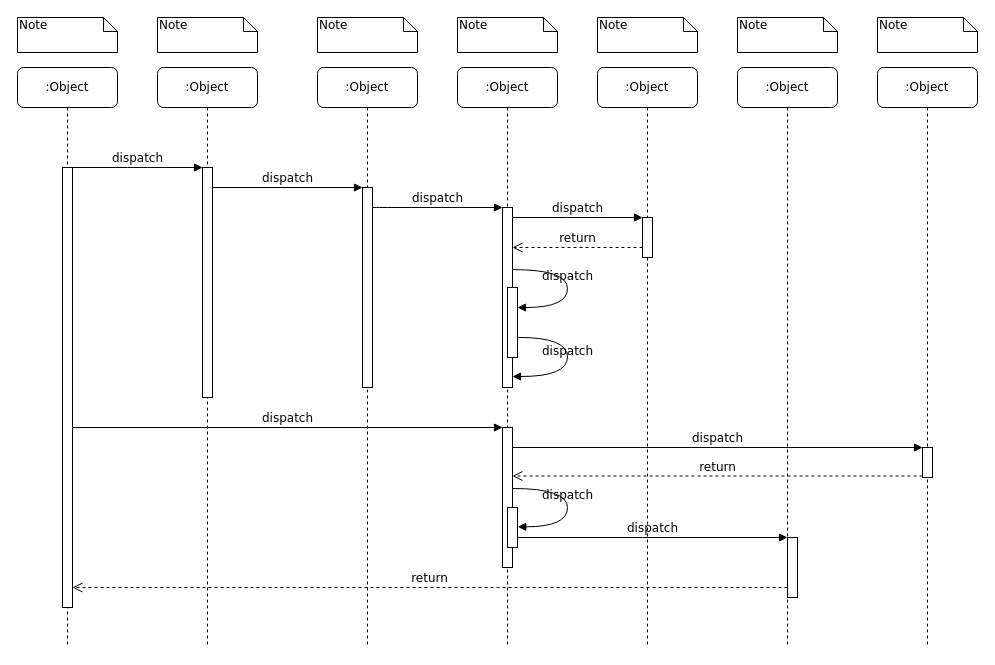
snake9906/GitHubTest keeps this draw.io diagram as 建模过程.drawio. Above is the earlier version. Source tidied: cells renumbered, new cells numbered last; positions are measured from the earlier drawing's top-left corner, leaving out a move shared by most shapes. Both pictures are drawn from the tidied source at 100%, with x=0, y=0 at pixel (17, 17).
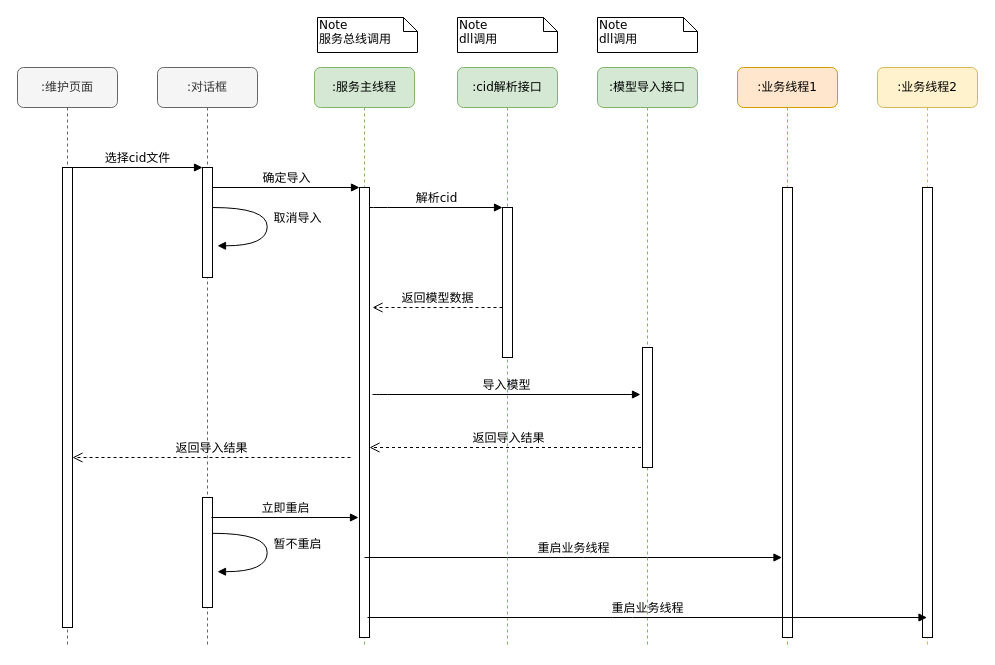
After the change.

Commit message:
更新建模过程.drawio

What changed in the source:
```diff
@@
-    <mxCell id="2" value=":Object" style="shape=umlLifeline;perimeter=lifelinePerimeter;whiteSpace=wrap;html=1;rounded=1;shadow=0;comic=0;labelBackgroundColor=none;strokeWidth=1;fontFamily=Verdana;fontSize=12;align=center;" parent="1" vertex="1">
+    <mxCell id="2" value=":对话框" style="shape=umlLifeline;perimeter=lifelinePerimeter;whiteSpace=wrap;html=1;rounded=1;shadow=0;comic=0;labelBackgroundColor=none;strokeWidth=1;fontFamily=Verdana;fontSize=12;align=center;fillColor=#f5f5f5;fontColor=#333333;strokeColor=#666666;" parent="1" vertex="1">
       <mxGeometry x="140" y="50" width="100" height="580" as="geometry" />
     </mxCell>
     <mxCell id="3" style="html=1;points=[];perimeter=orthogonalPerimeter;rounded=0;shadow=0;comic=0;labelBackgroundColor=none;strokeWidth=1;fontFamily=Verdana;fontSize=12;align=center;" parent="2" vertex="1">
-      <mxGeometry x="45" y="100" width="10" height="230" as="geometry" />
+      <mxGeometry x="45" y="100" width="10" height="110" as="geometry" />
     </mxCell>
+    <mxCell id="39" value="取消导入" style="html=1;verticalAlign=bottom;endArrow=block;labelBackgroundColor=none;fontFamily=Verdana;fontSize=12;elbow=vertical;edgeStyle=orthogonalEdgeStyle;curved=1;entryX=1;entryY=0.286;entryPerimeter=0;exitX=1.038;exitY=0.345;exitPerimeter=0;" parent="2" edge="1">
+      <mxGeometry x="0.05" y="30" relative="1" as="geometry">
+        <mxPoint x="55" y="140" as="sourcePoint" />
+        <mxPoint x="60" y="178.3" as="targetPoint" />
+        <Array as="points">
+          <mxPoint x="109.7" y="140" />
+          <mxPoint x="109.7" y="178" />
+        </Array>
+      </mxGeometry>
+    </mxCell>
+    <mxCell id="40" style="html=1;perimeter=orthogonalPerimeter;rounded=0;shadow=0;comic=0;labelBackgroundColor=none;strokeWidth=1;fontFamily=Verdana;fontSize=12;align=center;" parent="2" vertex="1">
+      <mxGeometry x="45" y="430" width="10" height="110" as="geometry" />
+    </mxCell>
+    <mxCell id="41" value="暂不重启" style="html=1;verticalAlign=bottom;endArrow=block;labelBackgroundColor=none;fontFamily=Verdana;fontSize=12;elbow=vertical;edgeStyle=orthogonalEdgeStyle;curved=1;entryX=1;entryY=0.286;entryPerimeter=0;exitX=1.038;exitY=0.345;exitPerimeter=0;" parent="2" edge="1">
+      <mxGeometry x="0.05" y="30" relative="1" as="geometry">
+        <mxPoint x="55" y="465.8" as="sourcePoint" />
+        <mxPoint x="60" y="504.2" as="targetPoint" />
+        <Array as="points">
+          <mxPoint x="109.7" y="465.8" />
+          <mxPoint x="109.7" y="503.8" />
+        </Array>
+      </mxGeometry>
+    </mxCell>
-    <mxCell id="4" value=":Object" style="shape=umlLifeline;perimeter=lifelinePerimeter;whiteSpace=wrap;html=1;rounded=1;shadow=0;comic=0;labelBackgroundColor=none;strokeWidth=1;fontFamily=Verdana;fontSize=12;align=center;" parent="1" vertex="1">
-      <mxGeometry x="300" y="50" width="100" height="580" as="geometry" />
+    <mxCell id="4" value=":服务主线程" style="shape=umlLifeline;perimeter=lifelinePerimeter;whiteSpace=wrap;html=1;rounded=1;shadow=0;comic=0;labelBackgroundColor=none;strokeWidth=1;fontFamily=Verdana;fontSize=12;align=center;fillColor=#d5e8d4;strokeColor=#82b366;" parent="1" vertex="1">
+      <mxGeometry x="297" y="50" width="100" height="580" as="geometry" />
     </mxCell>
     <mxCell id="5" style="html=1;points=[];perimeter=orthogonalPerimeter;rounded=0;shadow=0;comic=0;labelBackgroundColor=none;strokeWidth=1;fontFamily=Verdana;fontSize=12;align=center;" parent="4" vertex="1">
-      <mxGeometry x="45" y="120" width="10" height="200" as="geometry" />
+      <mxGeometry x="45" y="120" width="10" height="450" as="geometry" />
     </mxCell>
+    <mxCell id="42" value="导入模型" style="html=1;verticalAlign=bottom;endArrow=block;labelBackgroundColor=none;fontFamily=Verdana;fontSize=12;edgeStyle=elbowEdgeStyle;elbow=vertical;" parent="4" edge="1">
+      <mxGeometry relative="1" as="geometry">
+        <mxPoint x="58" y="327" as="sourcePoint" />
+        <mxPoint x="326" y="327" as="targetPoint" />
+        <Array as="points">
+          <mxPoint x="63" y="327" />
+        </Array>
+      </mxGeometry>
+    </mxCell>
+    <mxCell id="43" value="返回导入结果" style="html=1;verticalAlign=bottom;endArrow=open;dashed=1;endSize=8;labelBackgroundColor=none;fontFamily=Verdana;fontSize=12;edgeStyle=elbowEdgeStyle;elbow=horizontal;" parent="4" edge="1" source="7">
+      <mxGeometry relative="1" as="geometry">
+        <mxPoint x="55" y="380" as="targetPoint" />
+        <Array as="points">
+          <mxPoint x="130" y="380" />
+          <mxPoint x="160" y="380" />
+        </Array>
+      </mxGeometry>
+    </mxCell>
+    <mxCell id="44" value="重启业务线程" style="html=1;verticalAlign=bottom;endArrow=block;labelBackgroundColor=none;fontFamily=Verdana;fontSize=12;edgeStyle=elbowEdgeStyle;elbow=vertical;" parent="4" edge="1">
+      <mxGeometry relative="1" as="geometry">
+        <mxPoint x="50" y="490" as="sourcePoint" />
+        <mxPoint x="467.5" y="490" as="targetPoint" />
+      </mxGeometry>
+    </mxCell>
-    <mxCell id="6" value=":Object" style="shape=umlLifeline;perimeter=lifelinePerimeter;whiteSpace=wrap;html=1;rounded=1;shadow=0;comic=0;labelBackgroundColor=none;strokeWidth=1;fontFamily=Verdana;fontSize=12;align=center;" parent="1" vertex="1">
+    <mxCell id="6" value=":cid解析接口" style="shape=umlLifeline;perimeter=lifelinePerimeter;whiteSpace=wrap;html=1;rounded=1;shadow=0;comic=0;labelBackgroundColor=none;strokeWidth=1;fontFamily=Verdana;fontSize=12;align=center;fillColor=#d5e8d4;strokeColor=#82b366;" parent="1" vertex="1">
       <mxGeometry x="440" y="50" width="100" height="580" as="geometry" />
     </mxCell>
+    <mxCell id="45" value="返回模型数据" style="html=1;verticalAlign=bottom;endArrow=open;dashed=1;endSize=8;labelBackgroundColor=none;fontFamily=Verdana;fontSize=12;edgeStyle=elbowEdgeStyle;elbow=horizontal;" parent="6" edge="1">
+      <mxGeometry relative="1" as="geometry">
+        <mxPoint x="45" y="240" as="sourcePoint" />
+        <mxPoint x="-85" y="240" as="targetPoint" />
+        <Array as="points">
+          <mxPoint x="-10" y="240" />
+          <mxPoint x="20" y="240" />
+        </Array>
+      </mxGeometry>
+    </mxCell>
-    <mxCell id="7" value=":Object" style="shape=umlLifeline;perimeter=lifelinePerimeter;whiteSpace=wrap;html=1;outlineConnect=0;rounded=1;shadow=0;comic=0;labelBackgroundColor=none;strokeWidth=1;fontFamily=Verdana;fontSize=12;align=center;" parent="1" vertex="1">
+    <mxCell id="7" value=":模型导入接口" style="shape=umlLifeline;perimeter=lifelinePerimeter;whiteSpace=wrap;html=1;outlineConnect=0;rounded=1;shadow=0;comic=0;labelBackgroundColor=none;strokeWidth=1;fontFamily=Verdana;fontSize=12;align=center;fillColor=#d5e8d4;strokeColor=#82b366;" parent="1" vertex="1">
       <mxGeometry x="580" y="50" width="100" height="580" as="geometry" />
     </mxCell>
-    <mxCell id="8" value=":Object" style="shape=umlLifeline;perimeter=lifelinePerimeter;whiteSpace=wrap;html=1;rounded=1;shadow=0;comic=0;labelBackgroundColor=none;strokeWidth=1;fontFamily=Verdana;fontSize=12;align=center;" parent="1" vertex="1">
+    <mxCell id="8" value=":业务线程1" style="shape=umlLifeline;perimeter=lifelinePerimeter;whiteSpace=wrap;html=1;rounded=1;shadow=0;comic=0;labelBackgroundColor=none;strokeWidth=1;fontFamily=Verdana;fontSize=12;align=center;fillColor=#ffe6cc;strokeColor=#d79b00;" parent="1" vertex="1">
       <mxGeometry x="720" y="50" width="100" height="580" as="geometry" />
     </mxCell>
+    <mxCell id="46" style="html=1;perimeter=orthogonalPerimeter;rounded=0;shadow=0;comic=0;labelBackgroundColor=none;strokeWidth=1;fontFamily=Verdana;fontSize=12;align=center;" parent="8" vertex="1">
+      <mxGeometry x="45" y="120" width="10" height="450" as="geometry" />
+    </mxCell>
-    <mxCell id="9" value=":Object" style="shape=umlLifeline;perimeter=lifelinePerimeter;whiteSpace=wrap;html=1;outlineConnect=0;rounded=1;shadow=0;comic=0;labelBackgroundColor=none;strokeWidth=1;fontFamily=Verdana;fontSize=12;align=center;" parent="1" vertex="1">
+    <mxCell id="9" value=":业务线程2" style="shape=umlLifeline;perimeter=lifelinePerimeter;whiteSpace=wrap;html=1;outlineConnect=0;rounded=1;shadow=0;comic=0;labelBackgroundColor=none;strokeWidth=1;fontFamily=Verdana;fontSize=12;align=center;fillColor=#fff2cc;strokeColor=#d6b656;" parent="1" vertex="1">
       <mxGeometry x="860" y="50" width="100" height="580" as="geometry" />
     </mxCell>
+    <mxCell id="47" style="html=1;perimeter=orthogonalPerimeter;rounded=0;shadow=0;comic=0;labelBackgroundColor=none;strokeWidth=1;fontFamily=Verdana;fontSize=12;align=center;" parent="9" vertex="1">
+      <mxGeometry x="45" y="120" width="10" height="450" as="geometry" />
+    </mxCell>
-    <mxCell id="10" value=":Object" style="shape=umlLifeline;perimeter=lifelinePerimeter;whiteSpace=wrap;html=1;rounded=1;shadow=0;comic=0;labelBackgroundColor=none;strokeWidth=1;fontFamily=Verdana;fontSize=12;align=center;" parent="1" vertex="1">
+    <mxCell id="10" value=":维护页面" style="shape=umlLifeline;perimeter=lifelinePerimeter;whiteSpace=wrap;html=1;rounded=1;shadow=0;comic=0;labelBackgroundColor=none;strokeWidth=1;fontFamily=Verdana;fontSize=12;align=center;fillColor=#f5f5f5;fontColor=#333333;strokeColor=#666666;" parent="1" vertex="1">
       <mxGeometry y="50" width="100" height="580" as="geometry" />
     </mxCell>
     <mxCell id="11" style="html=1;points=[];perimeter=orthogonalPerimeter;rounded=0;shadow=0;comic=0;labelBackgroundColor=none;strokeWidth=1;fontFamily=Verdana;fontSize=12;align=center;" parent="10" vertex="1">
-      <mxGeometry x="45" y="100" width="10" height="440" as="geometry" />
+      <mxGeometry x="45" y="100" width="10" height="460" as="geometry" />
     </mxCell>
     <mxCell id="12" style="html=1;points=[];perimeter=orthogonalPerimeter;rounded=0;shadow=0;comic=0;labelBackgroundColor=none;strokeWidth=1;fontFamily=Verdana;fontSize=12;align=center;" parent="1" vertex="1">
-      <mxGeometry x="485" y="190" width="10" height="180" as="geometry" />
+      <mxGeometry x="485" y="190" width="10" height="150" as="geometry" />
     </mxCell>
-    <mxCell id="13" value="dispatch" style="html=1;verticalAlign=bottom;endArrow=block;labelBackgroundColor=none;fontFamily=Verdana;fontSize=12;edgeStyle=elbowEdgeStyle;elbow=vertical;" parent="1" edge="1" source="5" target="12">
+    <mxCell id="13" value="解析cid" style="html=1;verticalAlign=bottom;endArrow=block;labelBackgroundColor=none;fontFamily=Verdana;fontSize=12;edgeStyle=elbowEdgeStyle;elbow=vertical;" parent="1" edge="1" source="5" target="12">
       <mxGeometry relative="1" as="geometry">
         <Array as="points">
           <mxPoint x="360" y="190" />
         </Array>
       </mxGeometry>
     </mxCell>
     <mxCell id="14" style="html=1;points=[];perimeter=orthogonalPerimeter;rounded=0;shadow=0;comic=0;labelBackgroundColor=none;strokeWidth=1;fontFamily=Verdana;fontSize=12;align=center;" parent="1" vertex="1">
-      <mxGeometry x="625" y="200" width="10" height="40" as="geometry" />
+      <mxGeometry x="625" y="330" width="10" height="120" as="geometry" />
     </mxCell>
-    <mxCell id="15" value="dispatch" style="html=1;verticalAlign=bottom;endArrow=block;entryX=0;entryY=0;labelBackgroundColor=none;fontFamily=Verdana;fontSize=12;edgeStyle=elbowEdgeStyle;elbow=vertical;" parent="1" edge="1" source="12" target="14">
-      <mxGeometry relative="1" as="geometry" />
-    </mxCell>
-    <mxCell id="16" value="return" style="html=1;verticalAlign=bottom;endArrow=open;dashed=1;endSize=8;labelBackgroundColor=none;fontFamily=Verdana;fontSize=12;edgeStyle=elbowEdgeStyle;elbow=vertical;" parent="1" edge="1" source="14" target="12">
-      <mxGeometry relative="1" as="geometry">
-        <Array as="points">
-          <mxPoint x="570" y="230" />
-          <mxPoint x="600" y="230" />
-        </Array>
-      </mxGeometry>
-    </mxCell>
-    <mxCell id="17" style="html=1;points=[];perimeter=orthogonalPerimeter;rounded=0;shadow=0;comic=0;labelBackgroundColor=none;strokeWidth=1;fontFamily=Verdana;fontSize=12;align=center;" parent="1" vertex="1">
-      <mxGeometry x="485" y="410" width="10" height="140" as="geometry" />
-    </mxCell>
-    <mxCell id="18" value="dispatch" style="html=1;verticalAlign=bottom;endArrow=block;entryX=0;entryY=0;labelBackgroundColor=none;fontFamily=Verdana;fontSize=12;" parent="1" edge="1" source="11" target="17">
-      <mxGeometry relative="1" as="geometry" />
-    </mxCell>
-    <mxCell id="19" style="html=1;points=[];perimeter=orthogonalPerimeter;rounded=0;shadow=0;comic=0;labelBackgroundColor=none;strokeColor=#000000;strokeWidth=1;fillColor=#FFFFFF;fontFamily=Verdana;fontSize=12;fontColor=#000000;align=center;" parent="1" vertex="1">
-      <mxGeometry x="905" y="430" width="10" height="30" as="geometry" />
-    </mxCell>
-    <mxCell id="20" value="dispatch" style="html=1;verticalAlign=bottom;endArrow=block;entryX=0;entryY=0;labelBackgroundColor=none;fontFamily=Verdana;fontSize=12;" parent="1" edge="1" source="17" target="19">
-      <mxGeometry relative="1" as="geometry" />
-    </mxCell>
-    <mxCell id="21" value="return" style="html=1;verticalAlign=bottom;endArrow=open;dashed=1;endSize=8;exitX=0;exitY=0.95;labelBackgroundColor=none;fontFamily=Verdana;fontSize=12;" parent="1" edge="1" source="19" target="17">
-      <mxGeometry relative="1" as="geometry" />
-    </mxCell>
-    <mxCell id="22" style="html=1;points=[];perimeter=orthogonalPerimeter;rounded=0;shadow=0;comic=0;labelBackgroundColor=none;strokeWidth=1;fontFamily=Verdana;fontSize=12;align=center;" parent="1" vertex="1">
-      <mxGeometry x="770" y="520" width="10" height="60" as="geometry" />
-    </mxCell>
-    <mxCell id="23" value="dispatch" style="html=1;verticalAlign=bottom;endArrow=block;entryX=0;entryY=0;labelBackgroundColor=none;fontFamily=Verdana;fontSize=12;edgeStyle=elbowEdgeStyle;elbow=vertical;" parent="1" edge="1" source="30" target="22">
-      <mxGeometry relative="1" as="geometry" />
-    </mxCell>
-    <mxCell id="24" value="return" style="html=1;verticalAlign=bottom;endArrow=open;dashed=1;endSize=8;labelBackgroundColor=none;fontFamily=Verdana;fontSize=12;edgeStyle=elbowEdgeStyle;elbow=vertical;" parent="1" edge="1" source="22" target="11">
-      <mxGeometry relative="1" as="geometry">
-        <Array as="points">
-          <mxPoint x="470" y="570" />
-        </Array>
-      </mxGeometry>
-    </mxCell>
-    <mxCell id="25" value="dispatch" style="html=1;verticalAlign=bottom;endArrow=block;entryX=0;entryY=0;labelBackgroundColor=none;fontFamily=Verdana;fontSize=12;edgeStyle=elbowEdgeStyle;elbow=vertical;" parent="1" edge="1" source="11" target="3">
+    <mxCell id="25" value="选择cid文件" style="html=1;verticalAlign=bottom;endArrow=block;entryX=0;entryY=0;labelBackgroundColor=none;fontFamily=Verdana;fontSize=12;edgeStyle=elbowEdgeStyle;elbow=vertical;" parent="1" edge="1" source="11" target="3">
       <mxGeometry relative="1" as="geometry" />
     </mxCell>
-    <mxCell id="26" value="dispatch" style="html=1;verticalAlign=bottom;endArrow=block;entryX=0;entryY=0;labelBackgroundColor=none;fontFamily=Verdana;fontSize=12;edgeStyle=elbowEdgeStyle;elbow=vertical;" parent="1" edge="1" source="3" target="5">
+    <mxCell id="26" value="确定导入" style="html=1;verticalAlign=bottom;endArrow=block;entryX=0;entryY=0;labelBackgroundColor=none;fontFamily=Verdana;fontSize=12;edgeStyle=elbowEdgeStyle;elbow=vertical;" parent="1" edge="1" source="3" target="5">
       <mxGeometry relative="1" as="geometry" />
     </mxCell>
-    <mxCell id="27" style="html=1;points=[];perimeter=orthogonalPerimeter;rounded=0;shadow=0;comic=0;labelBackgroundColor=none;strokeWidth=1;fontFamily=Verdana;fontSize=12;align=center;" parent="1" vertex="1">
-      <mxGeometry x="490" y="270" width="10" height="70" as="geometry" />
-    </mxCell>
-    <mxCell id="28" value="dispatch" style="html=1;verticalAlign=bottom;endArrow=block;labelBackgroundColor=none;fontFamily=Verdana;fontSize=12;elbow=vertical;edgeStyle=orthogonalEdgeStyle;curved=1;entryX=1;entryY=0.286;entryPerimeter=0;exitX=1.038;exitY=0.345;exitPerimeter=0;" parent="1" edge="1" source="12" target="27">
-      <mxGeometry relative="1" as="geometry">
-        <Array as="points">
-          <mxPoint x="550" y="252" />
-          <mxPoint x="550" y="290" />
-        </Array>
-      </mxGeometry>
-    </mxCell>
-    <mxCell id="29" value="dispatch" style="html=1;verticalAlign=bottom;endArrow=block;labelBackgroundColor=none;fontFamily=Verdana;fontSize=12;elbow=vertical;edgeStyle=orthogonalEdgeStyle;curved=1;exitX=1.066;exitY=0.713;exitPerimeter=0;" parent="1" edge="1" source="27">
-      <mxGeometry relative="1" as="geometry">
-        <mxPoint x="495" y="359" as="targetPoint" />
-        <Array as="points">
-          <mxPoint x="550" y="320" />
-          <mxPoint x="550" y="359" />
-        </Array>
-      </mxGeometry>
-    </mxCell>
-    <mxCell id="30" style="html=1;points=[];perimeter=orthogonalPerimeter;rounded=0;shadow=0;comic=0;labelBackgroundColor=none;strokeWidth=1;fontFamily=Verdana;fontSize=12;align=center;" parent="1" vertex="1">
-      <mxGeometry x="490" y="490" width="10" height="40" as="geometry" />
-    </mxCell>
-    <mxCell id="31" value="dispatch" style="html=1;verticalAlign=bottom;endArrow=block;labelBackgroundColor=none;fontFamily=Verdana;fontSize=12;elbow=vertical;edgeStyle=orthogonalEdgeStyle;curved=1;entryX=1;entryY=0.286;entryPerimeter=0;exitX=1.038;exitY=0.345;exitPerimeter=0;" parent="1" edge="1">
-      <mxGeometry relative="1" as="geometry">
-        <mxPoint x="495.3" y="471" as="sourcePoint" />
-        <mxPoint x="500.3" y="509.3" as="targetPoint" />
-        <Array as="points">
-          <mxPoint x="550" y="471" />
-          <mxPoint x="550" y="509" />
-        </Array>
-      </mxGeometry>
-    </mxCell>
-    <mxCell id="32" value="Note" style="shape=note;whiteSpace=wrap;html=1;size=14;verticalAlign=top;align=left;spacingTop=-6;rounded=0;shadow=0;comic=0;labelBackgroundColor=none;strokeWidth=1;fontFamily=Verdana;fontSize=12;" parent="1" vertex="1">
-      <mxGeometry width="100" height="35" as="geometry" />
-    </mxCell>
-    <mxCell id="33" value="Note" style="shape=note;whiteSpace=wrap;html=1;size=14;verticalAlign=top;align=left;spacingTop=-6;rounded=0;shadow=0;comic=0;labelBackgroundColor=none;strokeWidth=1;fontFamily=Verdana;fontSize=12;" parent="1" vertex="1">
-      <mxGeometry x="140" width="100" height="35" as="geometry" />
-    </mxCell>
-    <mxCell id="34" value="Note" style="shape=note;whiteSpace=wrap;html=1;size=14;verticalAlign=top;align=left;spacingTop=-6;rounded=0;shadow=0;comic=0;labelBackgroundColor=none;strokeWidth=1;fontFamily=Verdana;fontSize=12;" parent="1" vertex="1">
+    <mxCell id="34" value="Note&lt;div&gt;服务总线调用&lt;/div&gt;" style="shape=note;whiteSpace=wrap;html=1;size=14;verticalAlign=top;align=left;spacingTop=-6;rounded=0;shadow=0;comic=0;labelBackgroundColor=none;strokeWidth=1;fontFamily=Verdana;fontSize=12;" parent="1" vertex="1">
       <mxGeometry x="300" width="100" height="35" as="geometry" />
     </mxCell>
-    <mxCell id="35" value="Note" style="shape=note;whiteSpace=wrap;html=1;size=14;verticalAlign=top;align=left;spacingTop=-6;rounded=0;shadow=0;comic=0;labelBackgroundColor=none;strokeWidth=1;fontFamily=Verdana;fontSize=12;" parent="1" vertex="1">
+    <mxCell id="35" value="Note&lt;div&gt;dll调用&lt;/div&gt;" style="shape=note;whiteSpace=wrap;html=1;size=14;verticalAlign=top;align=left;spacingTop=-6;rounded=0;shadow=0;comic=0;labelBackgroundColor=none;strokeWidth=1;fontFamily=Verdana;fontSize=12;" parent="1" vertex="1">
       <mxGeometry x="440" width="100" height="35" as="geometry" />
     </mxCell>
-    <mxCell id="36" value="Note" style="shape=note;whiteSpace=wrap;html=1;size=14;verticalAlign=top;align=left;spacingTop=-6;rounded=0;shadow=0;comic=0;labelBackgroundColor=none;strokeWidth=1;fontFamily=Verdana;fontSize=12;" parent="1" vertex="1">
+    <mxCell id="36" value="Note&lt;div&gt;dll调用&lt;/div&gt;" style="shape=note;whiteSpace=wrap;html=1;size=14;verticalAlign=top;align=left;spacingTop=-6;rounded=0;shadow=0;comic=0;labelBackgroundColor=none;strokeWidth=1;fontFamily=Verdana;fontSize=12;" parent="1" vertex="1">
       <mxGeometry x="580" width="100" height="35" as="geometry" />
     </mxCell>
-    <mxCell id="37" value="Note" style="shape=note;whiteSpace=wrap;html=1;size=14;verticalAlign=top;align=left;spacingTop=-6;rounded=0;shadow=0;comic=0;labelBackgroundColor=none;strokeWidth=1;fontFamily=Verdana;fontSize=12;" parent="1" vertex="1">
-      <mxGeometry x="720" width="100" height="35" as="geometry" />
-    </mxCell>
-    <mxCell id="38" value="Note" style="shape=note;whiteSpace=wrap;html=1;size=14;verticalAlign=top;align=left;spacingTop=-6;rounded=0;shadow=0;comic=0;labelBackgroundColor=none;strokeWidth=1;fontFamily=Verdana;fontSize=12;" parent="1" vertex="1">
-      <mxGeometry x="860" width="100" height="35" as="geometry" />
-    </mxCell>
+    <mxCell id="48" value="返回导入结果" style="html=1;verticalAlign=bottom;endArrow=open;dashed=1;endSize=8;labelBackgroundColor=none;fontFamily=Verdana;fontSize=12;edgeStyle=elbowEdgeStyle;elbow=horizontal;" parent="1" edge="1">
+      <mxGeometry relative="1" as="geometry">
+        <mxPoint x="333" y="440" as="sourcePoint" />
+        <mxPoint x="55" y="440" as="targetPoint" />
+        <Array as="points">
+          <mxPoint x="130" y="440" />
+          <mxPoint x="160" y="440" />
+        </Array>
+      </mxGeometry>
+    </mxCell>
+    <mxCell id="49" value="立即重启" style="html=1;verticalAlign=bottom;endArrow=block;entryX=0;entryY=0;labelBackgroundColor=none;fontFamily=Verdana;fontSize=12;edgeStyle=elbowEdgeStyle;elbow=vertical;" parent="1" edge="1">
+      <mxGeometry relative="1" as="geometry">
+        <mxPoint x="194" y="500" as="sourcePoint" />
+        <mxPoint x="341" y="500" as="targetPoint" />
+      </mxGeometry>
+    </mxCell>
+    <mxCell id="50" value="重启业务线程" style="html=1;verticalAlign=bottom;endArrow=block;labelBackgroundColor=none;fontFamily=Verdana;fontSize=12;edgeStyle=elbowEdgeStyle;elbow=vertical;" parent="1" edge="1" target="9">
+      <mxGeometry relative="1" as="geometry">
+        <mxPoint x="350" y="600" as="sourcePoint" />
+      </mxGeometry>
+    </mxCell>
```
